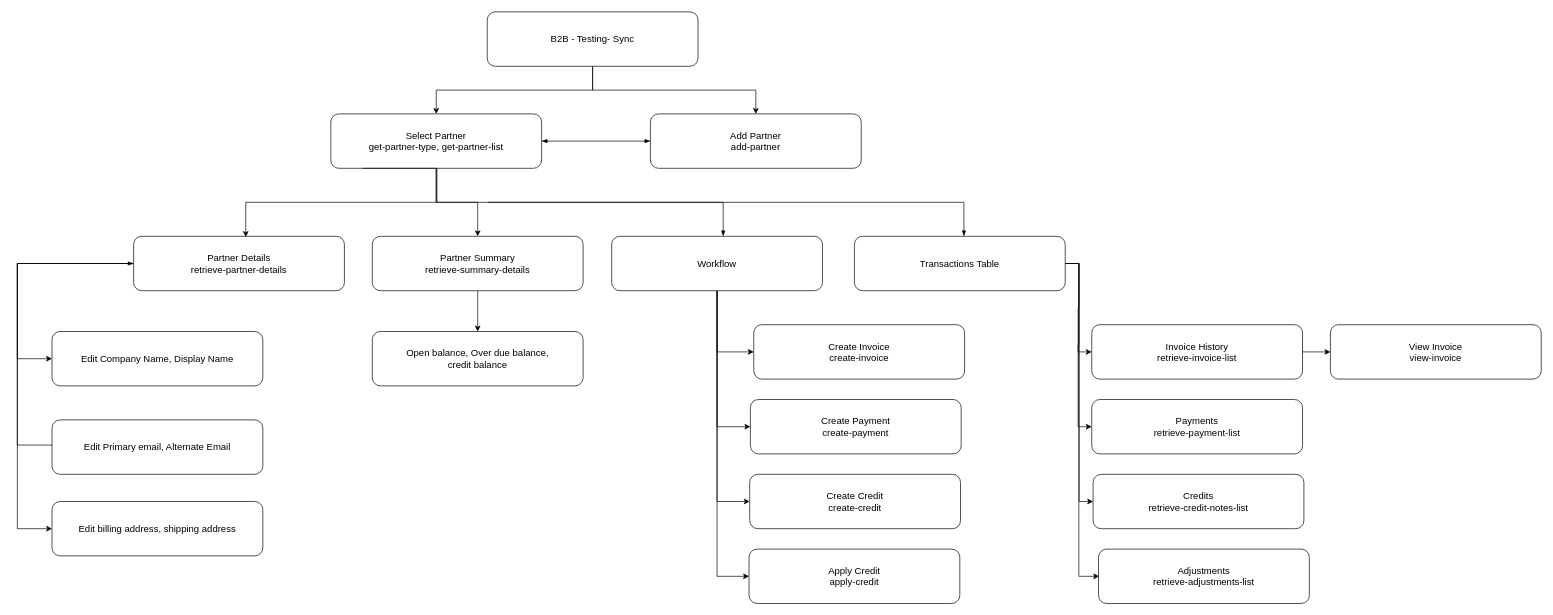
Earlier version of the draw.io diagram github-test.drawio (msgtobala/draw-io). Source tidied: cells renumbered, new cells numbered last; positions are measured from the earlier drawing's top-left corner, leaving out a move shared by most shapes. Both pictures are drawn from the tidied source at 68%, with x=0, y=0 at pixel (17, 12).
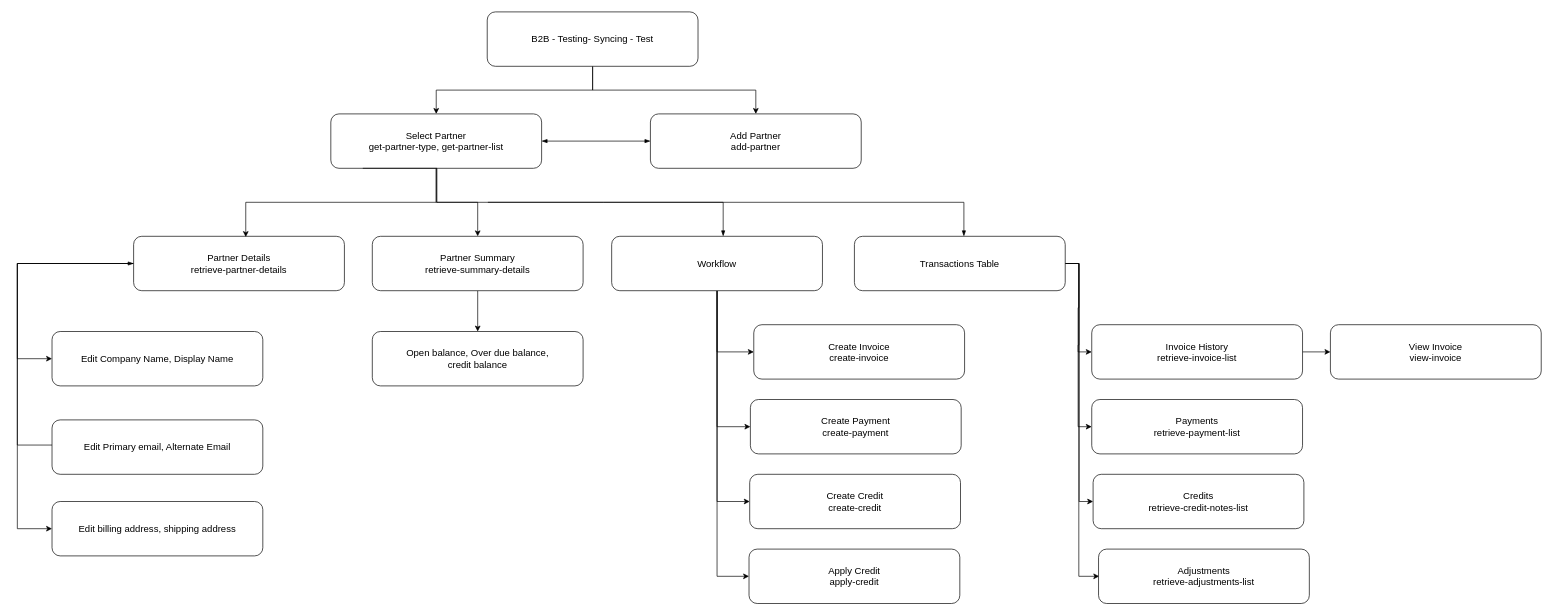
After the change.

Diff of the diagram source:
```diff
@@
-    <mxCell id="4" value="&lt;font style=&quot;font-size: 14px;&quot;&gt;B2B - Testing- Sync&lt;/font&gt;" style="rounded=1;whiteSpace=wrap;html=1;" parent="1" vertex="1">
+    <mxCell id="4" value="&lt;font style=&quot;font-size: 14px;&quot;&gt;B2B - Testing- Syncing - Test&lt;/font&gt;" style="rounded=1;whiteSpace=wrap;html=1;" parent="1" vertex="1">
       <mxGeometry x="691" width="310" height="80" as="geometry" />
     </mxCell>
```
